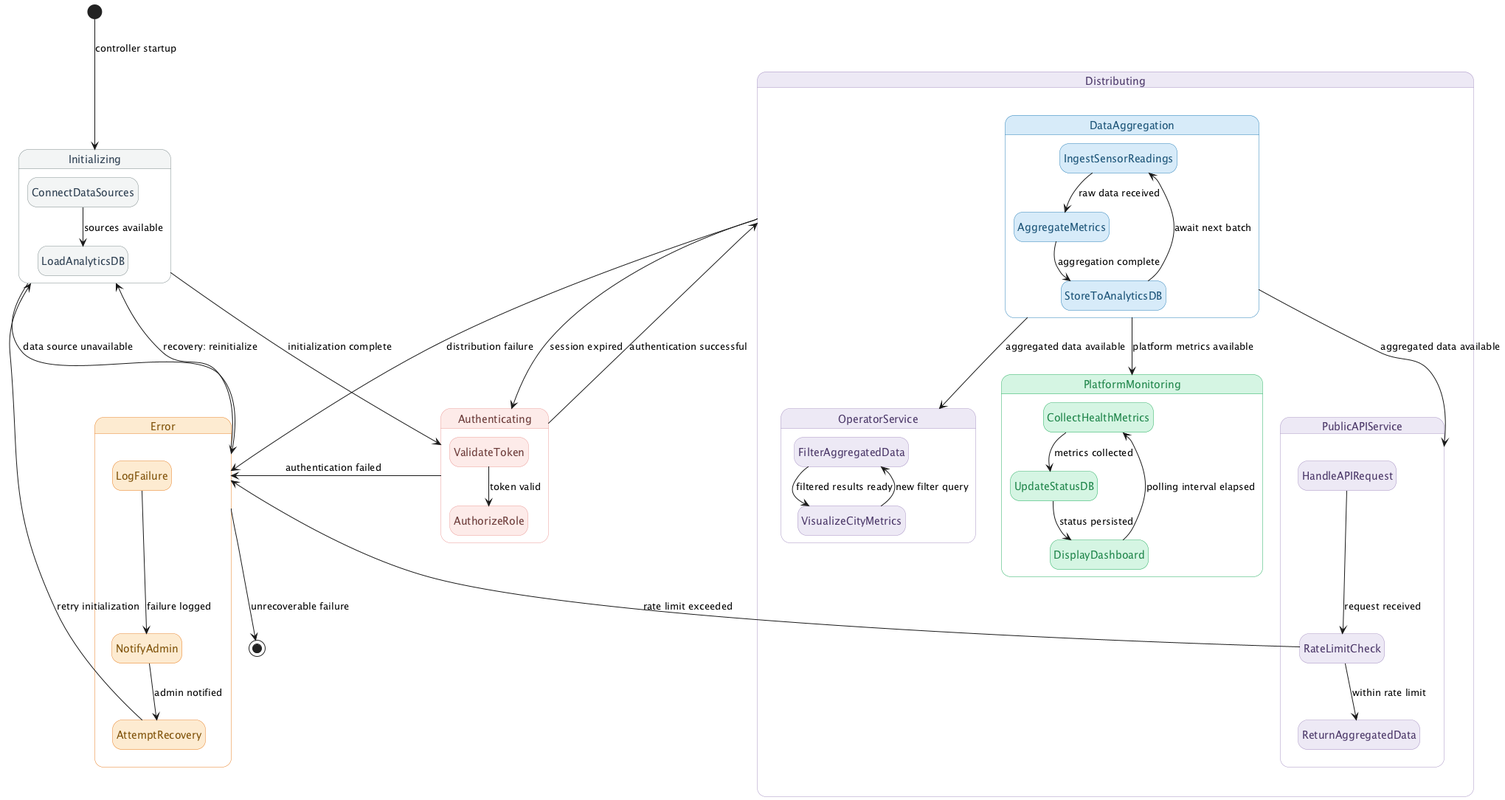
This is diagrams/statecharts/data_distribution_management_controller.png from tridibbanik17/SCEMAS_UML_Diagrams, a PlantUML export, as it was before one commit. The source it was exported from:
```plantuml
@startuml data_distribution_management_controller
hide empty description

skinparam state {
  BackgroundColor<<init>> #F2F4F4
  BorderColor<<init>> #7F8C8D
  FontColor<<init>> #2C3E50

  BackgroundColor<<auth>> #FCEAE8
  BorderColor<<auth>> #ea9a97
  FontColor<<auth>> #6B3A38

  BackgroundColor<<distribute>> #EDE8F5
  BorderColor<<distribute>> #a692c3
  FontColor<<distribute>> #4A3767

  BackgroundColor<<ingest>> #D6EAF8
  BorderColor<<ingest>> #2980B9
  FontColor<<ingest>> #1A5276

  BackgroundColor<<monitor>> #D5F5E3
  BorderColor<<monitor>> #27AE60
  FontColor<<monitor>> #1E8449

  BackgroundColor<<error>> #FDEBD0
  BorderColor<<error>> #E67E22
  FontColor<<error>> #7E5109

  StartColor black
  EndColor black
}


state "Initializing" as INIT <<init>> {
  state "ConnectDataSources" as CDS <<init>>
  state "LoadAnalyticsDB" as LDB <<init>>
  CDS --> LDB : sources available
}

state "Authenticating" as AUTH <<auth>> {
  state "ValidateToken" as VT <<auth>>
  state "AuthorizeRole" as AR <<auth>>
  VT --> AR : token valid
}

state "Distributing" as DIST <<distribute>> {

  state "DataAggregation" as AGG <<ingest>> {
    state "IngestSensorReadings" as ISR <<ingest>>
    state "AggregateMetrics" as AM <<ingest>>
    state "StoreToAnalyticsDB" as STA <<ingest>>
    ISR --> AM : raw data received
    AM --> STA : aggregation complete
    STA --> ISR : await next batch
  }

  state "OperatorService" as OPS <<distribute>> {
    state "FilterAggregatedData" as FAD <<distribute>>
    state "VisualizeCityMetrics" as VCM <<distribute>>
    FAD --> VCM : filtered results ready
    VCM --> FAD : new filter query
  }

  state "PublicAPIService" as API <<distribute>> {
    state "HandleAPIRequest" as HAR <<distribute>>
    state "RateLimitCheck" as RLC <<distribute>>
    state "ReturnAggregatedData" as RAD <<distribute>>
    HAR --> RLC : request received
    RLC --> RAD : within rate limit
  }

  state "PlatformMonitoring" as MON <<monitor>> {
    state "CollectHealthMetrics" as CHM <<monitor>>
    state "UpdateStatusDB" as USD <<monitor>>
    state "DisplayDashboard" as DD <<monitor>>
    CHM --> USD : metrics collected
    USD --> DD : status persisted
    DD --> CHM : polling interval elapsed
  }

  AGG --> OPS : aggregated data available
  AGG --> API : aggregated data available
  AGG --> MON : platform metrics available
}

state "Error" as ERR <<error>> {
  state "LogFailure" as LF <<error>>
  state "NotifyAdmin" as NA <<error>>
  state "AttemptRecovery" as REC <<error>>
  LF --> NA : failure logged
  NA --> REC : admin notified
}


[*] --> INIT : controller startup

INIT --> AUTH : initialization complete
INIT --> ERR : data source unavailable

AUTH --> DIST : authentication successful
AUTH --> ERR : authentication failed

DIST --> AUTH : session expired
DIST --> ERR : distribution failure

ERR --> INIT : recovery: reinitialize
ERR --> [*] : unrecoverable failure

RLC --> ERR : rate limit exceeded
REC --> INIT : retry initialization

@enduml
```
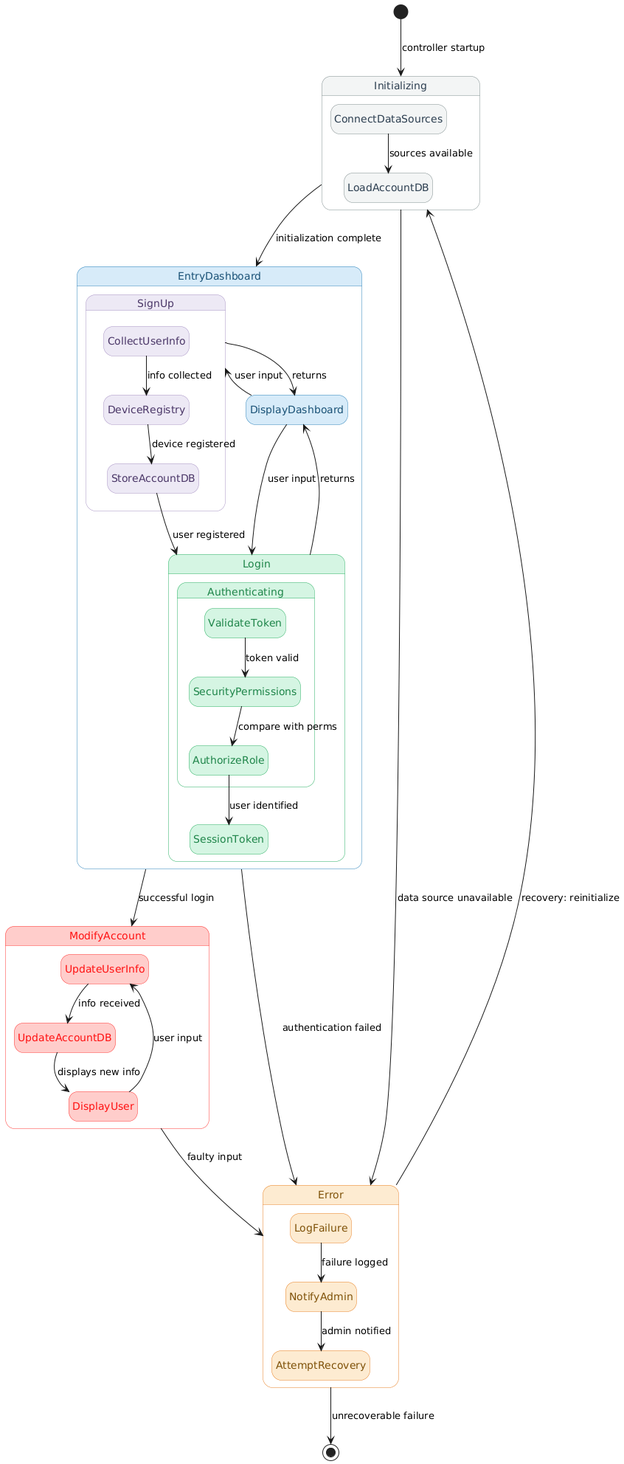
Above is the later version.

What changed in the source:
```diff
@@ -2,6 +2,10 @@
 hide empty description
 
 skinparam state {
+  BackgroundColor<<signup>> #EDE8F5
+  BorderColor<<signup>> #a692c3
+  FontColor<<signup>> #4A3767
+
   BackgroundColor<<init>> #F2F4F4
   BorderColor<<init>> #7F8C8D
   FontColor<<init>> #2C3E50
@@ -10,21 +14,21 @@
   BorderColor<<auth>> #ea9a97
   FontColor<<auth>> #6B3A38
 
-  BackgroundColor<<distribute>> #EDE8F5
-  BorderColor<<distribute>> #a692c3
-  FontColor<<distribute>> #4A3767
+  BackgroundColor<<entry>> #D6EAF8
+  BorderColor<<entry>> #2980B9
+  FontColor<<entry>> #1A5276
 
-  BackgroundColor<<ingest>> #D6EAF8
-  BorderColor<<ingest>> #2980B9
-  FontColor<<ingest>> #1A5276
-
-  BackgroundColor<<monitor>> #D5F5E3
-  BorderColor<<monitor>> #27AE60
-  FontColor<<monitor>> #1E8449
+  BackgroundColor<<log>> #D5F5E3
+  BorderColor<<log>> #27AE60
+  FontColor<<log>> #1E8449
 
   BackgroundColor<<error>> #FDEBD0
   BorderColor<<error>> #E67E22
   FontColor<<error>> #7E5109
+
+  BackgroundColor<<modify>> #FFCCCB
+  BorderColor<<modify>> #FF3431
+  FontColor<<modify>> #FF1111
 
   StartColor black
   EndColor black
@@ -33,55 +37,51 @@
 
 state "Initializing" as INIT <<init>> {
   state "ConnectDataSources" as CDS <<init>>
-  state "LoadAnalyticsDB" as LDB <<init>>
-  CDS --> LDB : sources available
+  state "LoadAccountDB" as ADB <<init>>
+  CDS --> ADB : sources available
 }
 
-state "Authenticating" as AUTH <<auth>> {
-  state "ValidateToken" as VT <<auth>>
-  state "AuthorizeRole" as AR <<auth>>
-  VT --> AR : token valid
+state "EntryDashboard" as ED <<entry>>{
+
+  state "DisplayDashboard" as DD <<entry>>
+  DD --> SU : user input
+  DD --> LOG : user input
+
+  state "SignUp" as SU <<signup>> {
+  state "CollectUserInfo" as CUI <<signup>>
+  state "DeviceRegistry" as DR <<signup>>
+  state "StoreAccountDB" as SADB <<signup>>
+  CUI --> DR : info collected
+  DR --> SADB : device registered
+  SADB --> LOG : user registered
+  SU --> DD : returns
 }
 
-state "Distributing" as DIST <<distribute>> {
+  state "Login" as LOG <<log>> {
+  state "Authenticating" as AUTH <<log>> {
+  state "ValidateToken" as VT <<log>>
+  state "SecurityPermissions" as SP <<log>>
+  state "AuthorizeRole" as AR <<log>>
+  VT --> SP : token valid
+  SP --> AR : compare with perms
+  AR --> ST : user identified
+  LOG --> DD : returns
 
-  state "DataAggregation" as AGG <<ingest>> {
-    state "IngestSensorReadings" as ISR <<ingest>>
-    state "AggregateMetrics" as AM <<ingest>>
-    state "StoreToAnalyticsDB" as STA <<ingest>>
-    ISR --> AM : raw data received
-    AM --> STA : aggregation complete
-    STA --> ISR : await next batch
-  }
+}
+  state "SessionToken" as ST <<log>>
+}
 
-  state "OperatorService" as OPS <<distribute>> {
-    state "FilterAggregatedData" as FAD <<distribute>>
-    state "VisualizeCityMetrics" as VCM <<distribute>>
-    FAD --> VCM : filtered results ready
-    VCM --> FAD : new filter query
-  }
+}
 
-  state "PublicAPIService" as API <<distribute>> {
-    state "HandleAPIRequest" as HAR <<distribute>>
-    state "RateLimitCheck" as RLC <<distribute>>
-    state "ReturnAggregatedData" as RAD <<distribute>>
-    HAR --> RLC : request received
-    RLC --> RAD : within rate limit
-  }
+state "ModifyAccount" as MA <<modify>> {
+    state "UpdateUserInfo" as UUI <<modify>>
+    state "UpdateAccountDB" as UADB <<modify>>
+    state "DisplayUser" as DU <<modify>>
+    UUI --> UADB : info received
+    UADB --> DU : displays new info
+    DU --> UUI : user input
+}
 
-  state "PlatformMonitoring" as MON <<monitor>> {
-    state "CollectHealthMetrics" as CHM <<monitor>>
-    state "UpdateStatusDB" as USD <<monitor>>
-    state "DisplayDashboard" as DD <<monitor>>
-    CHM --> USD : metrics collected
-    USD --> DD : status persisted
-    DD --> CHM : polling interval elapsed
-  }
-
-  AGG --> OPS : aggregated data available
-  AGG --> API : aggregated data available
-  AGG --> MON : platform metrics available
-}
 
 state "Error" as ERR <<error>> {
   state "LogFailure" as LF <<error>>
@@ -92,21 +92,20 @@
 }
 
 
+
+
 [*] --> INIT : controller startup
 
-INIT --> AUTH : initialization complete
+INIT --> ED : initialization complete
 INIT --> ERR : data source unavailable
 
-AUTH --> DIST : authentication successful
-AUTH --> ERR : authentication failed
+ED --> ERR : authentication failed
+ED --> MA : successful login
 
-DIST --> AUTH : session expired
-DIST --> ERR : distribution failure
+MA --> ERR : faulty input
 
 ERR --> INIT : recovery: reinitialize
 ERR --> [*] : unrecoverable failure
 
-RLC --> ERR : rate limit exceeded
-REC --> INIT : retry initialization
 
 @enduml
```
